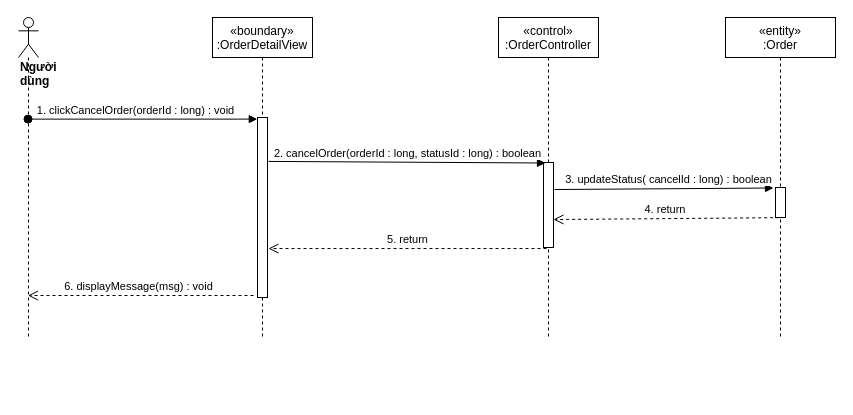
Before: sequence diagram/cancel-Order-sequence.drawio in nguyenphamvan/datn_20202, a draw.io diagram. Source tidied: cells renumbered, new cells numbered last; positions are measured from the earlier drawing's top-left corner, leaving out a move shared by most shapes. Both pictures are drawn from the tidied source at 100%, with x=0, y=0 at pixel (18, 17).
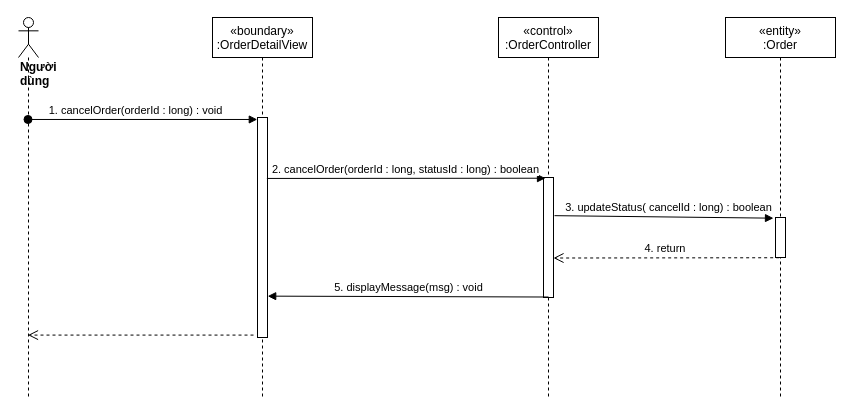
The same page after the edit.

The edit, as a diff of the source:
```diff
@@
 <mxGraphModel>
   <root>
     <mxCell id="0" />
     <mxCell id="1" parent="0" />
     <mxCell id="2" value="«boundary»&#10;:OrderDetailView" style="shape=umlLifeline;perimeter=lifelinePerimeter;rounded=0;shadow=0;strokeWidth=1;" parent="1" vertex="1">
-      <mxGeometry x="194" width="100" height="320" as="geometry" />
+      <mxGeometry x="194" width="100" height="380" as="geometry" />
     </mxCell>
     <mxCell id="3" style="points=[];perimeter=orthogonalPerimeter;rounded=0;shadow=0;strokeWidth=1;" parent="2" vertex="1">
-      <mxGeometry x="45" y="100" width="10" height="180" as="geometry" />
+      <mxGeometry x="45" y="100" width="10" height="220" as="geometry" />
     </mxCell>
     <mxCell id="4" value="«control»&#10;:OrderController" style="shape=umlLifeline;perimeter=lifelinePerimeter;rounded=0;shadow=0;strokeWidth=1;" parent="1" vertex="1">
-      <mxGeometry x="480" width="100" height="320" as="geometry" />
+      <mxGeometry x="480" width="100" height="380" as="geometry" />
     </mxCell>
     <mxCell id="5" style="points=[];perimeter=orthogonalPerimeter;rounded=0;shadow=0;strokeWidth=1;" parent="4" vertex="1">
-      <mxGeometry x="45" y="145" width="10" height="85" as="geometry" />
+      <mxGeometry x="45" y="160" width="10" height="120" as="geometry" />
     </mxCell>
     <mxCell id="6" value="&lt;div&gt;&lt;b&gt;Người dùng&lt;/b&gt;&lt;/div&gt;" style="shape=umlLifeline;participant=umlActor;perimeter=lifelinePerimeter;whiteSpace=wrap;html=1;verticalAlign=top;spacingTop=36;outlineConnect=0;align=left;" parent="1" vertex="1">
-      <mxGeometry width="20" height="320" as="geometry" />
+      <mxGeometry width="20" height="380" as="geometry" />
     </mxCell>
-    <mxCell id="7" value="1. clickCancelOrder(orderId : long) : void" style="verticalAlign=bottom;startArrow=oval;endArrow=block;startSize=8;shadow=0;strokeWidth=1;entryX=-0.02;entryY=0.009;entryDx=0;entryDy=0;entryPerimeter=0;" parent="1" edge="1" source="6" target="3">
+    <mxCell id="7" value="1. cancelOrder(orderId : long) : void" style="verticalAlign=bottom;startArrow=oval;endArrow=block;startSize=8;shadow=0;strokeWidth=1;entryX=-0.02;entryY=0.009;entryDx=0;entryDy=0;entryPerimeter=0;" parent="1" edge="1" source="6" target="3">
       <mxGeometry x="-0.06" relative="1" as="geometry" />
     </mxCell>
-    <mxCell id="8" value="2. cancelOrder(orderId : long, statusId : long) : boolean" style="html=1;verticalAlign=bottom;endArrow=block;exitX=1.1;exitY=0.244;exitDx=0;exitDy=0;exitPerimeter=0;entryX=0.2;entryY=0.006;entryDx=0;entryDy=0;entryPerimeter=0;" parent="1" edge="1" source="3" target="5">
+    <mxCell id="8" value="2. cancelOrder(orderId : long, statusId : long) : boolean" style="html=1;verticalAlign=bottom;endArrow=block;entryX=0.2;entryY=0.006;entryDx=0;entryDy=0;entryPerimeter=0;exitX=0.94;exitY=0.277;exitDx=0;exitDy=0;exitPerimeter=0;" parent="1" edge="1" source="3" target="5">
       <mxGeometry relative="1" as="geometry" />
     </mxCell>
     <mxCell id="9" value="«entity»&#10;:Order" style="shape=umlLifeline;perimeter=lifelinePerimeter;rounded=0;shadow=0;strokeWidth=1;" parent="1" vertex="1">
-      <mxGeometry x="707" width="110" height="320" as="geometry" />
+      <mxGeometry x="707" width="110" height="380" as="geometry" />
     </mxCell>
     <mxCell id="10" style="points=[];perimeter=orthogonalPerimeter;rounded=0;shadow=0;strokeWidth=1;" parent="9" vertex="1">
-      <mxGeometry x="50" y="170" width="10" height="30" as="geometry" />
+      <mxGeometry x="50" y="200" width="10" height="40" as="geometry" />
     </mxCell>
     <mxCell id="11" value="3. updateStatus( cancelId : long) : boolean" style="html=1;verticalAlign=bottom;endArrow=block;entryX=-0.2;entryY=0.017;entryDx=0;entryDy=0;entryPerimeter=0;exitX=1.1;exitY=0.318;exitDx=0;exitDy=0;exitPerimeter=0;" parent="1" edge="1" source="5" target="10">
       <mxGeometry x="0.04" relative="1" as="geometry" />
     </mxCell>
     <mxCell id="12" value="4. return&amp;nbsp;" style="html=1;verticalAlign=bottom;endArrow=open;dashed=1;endSize=8;exitX=0.367;exitY=1.006;exitDx=0;exitDy=0;exitPerimeter=0;entryX=1;entryY=0.671;entryDx=0;entryDy=0;entryPerimeter=0;" parent="1" edge="1" source="10" target="5">
       <mxGeometry relative="1" as="geometry" />
     </mxCell>
-    <mxCell id="13" value="&lt;span style=&quot;color: rgb(0 , 0 , 0) ; font-family: &amp;#34;helvetica&amp;#34; ; font-size: 11px ; font-style: normal ; font-weight: 400 ; letter-spacing: normal ; text-align: center ; text-indent: 0px ; text-transform: none ; word-spacing: 0px ; background-color: rgb(255 , 255 , 255) ; display: inline ; float: none&quot;&gt;6. displayMessage(msg) : void&lt;/span&gt;" style="html=1;verticalAlign=bottom;endArrow=open;dashed=1;endSize=8;exitX=-0.4;exitY=0.989;exitDx=0;exitDy=0;exitPerimeter=0;" parent="1" edge="1" source="3" target="6">
+    <mxCell id="13" style="html=1;verticalAlign=bottom;endArrow=open;dashed=1;endSize=8;exitX=-0.4;exitY=0.989;exitDx=0;exitDy=0;exitPerimeter=0;" parent="1" edge="1" source="3" target="6">
       <mxGeometry x="0.02" relative="1" as="geometry" />
     </mxCell>
-    <mxCell id="14" value="5. return" style="html=1;verticalAlign=bottom;endArrow=open;dashed=1;endSize=8;entryX=1.1;entryY=0.728;entryDx=0;entryDy=0;entryPerimeter=0;exitX=0.3;exitY=1.012;exitDx=0;exitDy=0;exitPerimeter=0;" parent="1" edge="1" source="5" target="3">
+    <mxCell id="14" value="&lt;span style=&quot;font-family: &amp;#34;helvetica&amp;#34;&quot;&gt;5. displayMessage(msg) : void&lt;/span&gt;" style="html=1;verticalAlign=bottom;endArrow=block;exitX=0.5;exitY=0.996;exitDx=0;exitDy=0;exitPerimeter=0;entryX=1.02;entryY=0.812;entryDx=0;entryDy=0;entryPerimeter=0;" parent="1" edge="1" source="5" target="3">
       <mxGeometry relative="1" as="geometry" />
     </mxCell>
   </root>
 </mxGraphModel>
```
